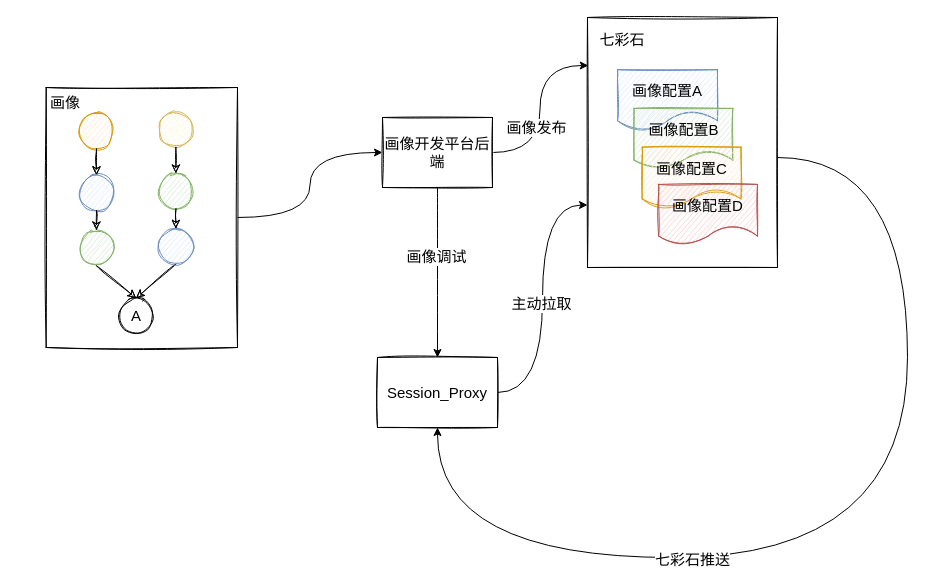
nullbull/uml keeps this draw.io diagram as page "第 5 页" (5 of 5) of 未命名绘图.drawio. Above is the earlier version. Source tidied: cells renumbered, new cells numbered last; positions are measured from the earlier drawing's top-left corner, leaving out a move shared by most shapes. Both pictures are drawn from the tidied source at 100%, with x=0, y=0 at pixel (17, 17).
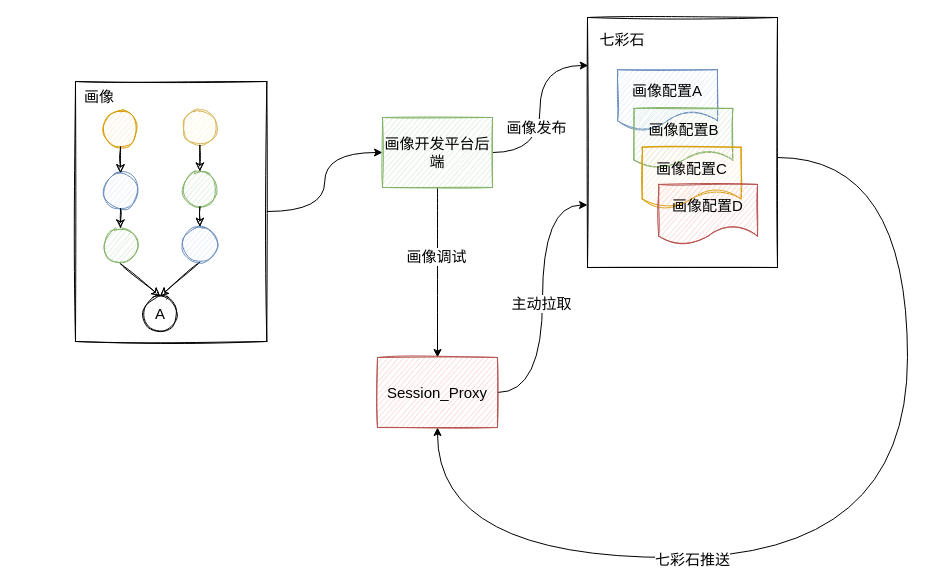
After the change.

Commit message:
更新未命名绘图.drawio

What changed in the source:
```diff
@@
-    <mxCell id="10" value="画像开发平台后端" style="rounded=0;whiteSpace=wrap;html=1;sketch=1;fontSize=15;" parent="1" vertex="1">
+    <mxCell id="10" value="画像开发平台后端" style="rounded=0;whiteSpace=wrap;html=1;sketch=1;fontSize=15;fillColor=#d5e8d4;strokeColor=#82b366;" parent="1" vertex="1">
       <mxGeometry x="365" y="100" width="110" height="70" as="geometry" />
     </mxCell>
@@
-    <mxCell id="18" value="Session_Proxy" style="rounded=0;whiteSpace=wrap;html=1;sketch=1;fontSize=15;" parent="1" vertex="1">
+    <mxCell id="18" value="Session_Proxy" style="rounded=0;whiteSpace=wrap;html=1;sketch=1;fontSize=15;fillColor=#f8cecc;strokeColor=#b85450;" parent="1" vertex="1">
       <mxGeometry x="360" y="340" width="120" height="70" as="geometry" />
     </mxCell>
@@
     <mxCell id="20" style="group;" parent="1" vertex="1">
-      <mxGeometry y="70" width="220" height="260" as="geometry" />
+      <mxGeometry x="24" y="68" width="220" height="260" as="geometry" />
     </mxCell>
     <mxCell id="21" style="rounded=0;whiteSpace=wrap;html=1;sketch=1;fontSize=15;" parent="20" vertex="1">
-      <mxGeometry x="28.7" width="191.3" height="260" as="geometry" />
+      <mxGeometry x="34" y="-4" width="191.3" height="260" as="geometry" />
     </mxCell>
@@
     <mxCell id="36" value="画像" style="text;html=1;strokeColor=none;fillColor=none;align=center;verticalAlign=middle;whiteSpace=wrap;rounded=0;sketch=1;fontSize=15;" parent="20" vertex="1">
-      <mxGeometry y="6.4" width="95.7" height="17.8" as="geometry" />
+      <mxGeometry x="10" y="2" width="95.7" height="17.8" as="geometry" />
     </mxCell>
```
